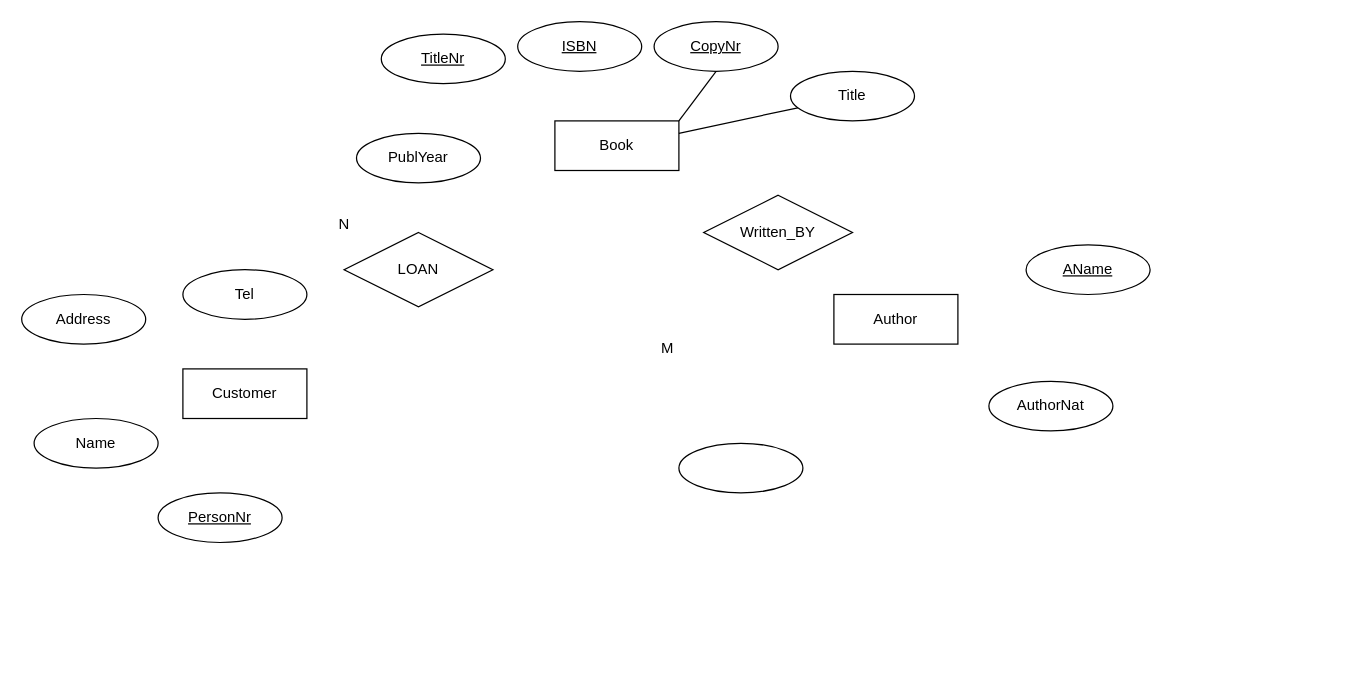
This is Lab10.drawio from MuhammadIrfan92/Database-Engineering-Semester-7, a draw.io file, before an edit. Source tidied: cells renumbered, new cells numbered last; positions are measured from the earlier drawing's top-left corner, leaving out a move shared by most shapes. Both pictures are drawn from the tidied source at 124%, with x=0, y=0 at pixel (21, 21).
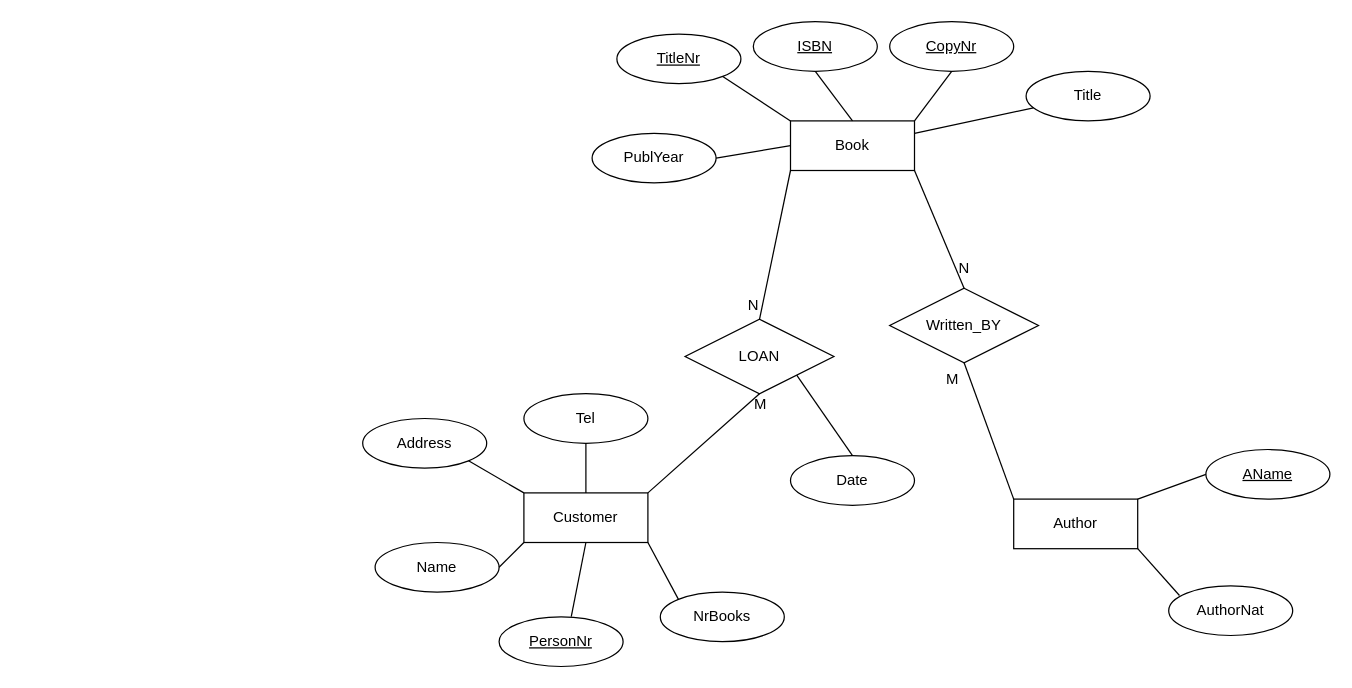
After the change.

The edit, as a diff of the source:
```diff
@@
     <mxCell id="2" value="Book" style="whiteSpace=wrap;html=1;align=center;" parent="1" vertex="1">
-      <mxGeometry x="430" y="80" width="100" height="40" as="geometry" />
+      <mxGeometry x="620" y="80" width="100" height="40" as="geometry" />
     </mxCell>
     <mxCell id="3" value="TitleNr" style="ellipse;whiteSpace=wrap;html=1;align=center;fontStyle=4;" parent="1" vertex="1">
-      <mxGeometry x="290" y="10" width="100" height="40" as="geometry" />
+      <mxGeometry x="480" y="10" width="100" height="40" as="geometry" />
     </mxCell>
     <mxCell id="4" value="ISBN" style="ellipse;whiteSpace=wrap;html=1;align=center;fontStyle=4;" parent="1" vertex="1">
-      <mxGeometry x="400" width="100" height="40" as="geometry" />
+      <mxGeometry x="590" width="100" height="40" as="geometry" />
     </mxCell>
     <mxCell id="5" value="CopyNr" style="ellipse;whiteSpace=wrap;html=1;align=center;fontStyle=4;" parent="1" vertex="1">
-      <mxGeometry x="510" width="100" height="40" as="geometry" />
+      <mxGeometry x="700" width="100" height="40" as="geometry" />
     </mxCell>
     <mxCell id="6" value="PublYear" style="ellipse;whiteSpace=wrap;html=1;align=center;" parent="1" vertex="1">
-      <mxGeometry x="270" y="90" width="100" height="40" as="geometry" />
+      <mxGeometry x="460" y="90" width="100" height="40" as="geometry" />
     </mxCell>
-    <mxCell id="7" style="ellipse;whiteSpace=wrap;html=1;align=center;" parent="1" vertex="1">
-      <mxGeometry x="530" y="340" width="100" height="40" as="geometry" />
-    </mxCell>
     <mxCell id="8" value="Title" style="ellipse;whiteSpace=wrap;html=1;align=center;" parent="1" vertex="1">
-      <mxGeometry x="620" y="40" width="100" height="40" as="geometry" />
+      <mxGeometry x="810" y="40" width="100" height="40" as="geometry" />
     </mxCell>
     <mxCell id="9" value="AuthorNat" style="ellipse;whiteSpace=wrap;html=1;align=center;" parent="1" vertex="1">
-      <mxGeometry x="780" y="290" width="100" height="40" as="geometry" />
+      <mxGeometry x="925" y="455" width="100" height="40" as="geometry" />
     </mxCell>
     <mxCell id="10" value="AName" style="ellipse;whiteSpace=wrap;html=1;align=center;fontStyle=4;" parent="1" vertex="1">
-      <mxGeometry x="810" y="180" width="100" height="40" as="geometry" />
+      <mxGeometry x="955" y="345" width="100" height="40" as="geometry" />
     </mxCell>
@@
     <mxCell id="13" value="Author" style="whiteSpace=wrap;html=1;align=center;" parent="1" vertex="1">
-      <mxGeometry x="655" y="220" width="100" height="40" as="geometry" />
+      <mxGeometry x="800" y="385" width="100" height="40" as="geometry" />
     </mxCell>
     <mxCell id="14" value="Customer" style="whiteSpace=wrap;html=1;align=center;" parent="1" vertex="1">
-      <mxGeometry x="130" y="280" width="100" height="40" as="geometry" />
+      <mxGeometry x="405" y="380" width="100" height="40" as="geometry" />
     </mxCell>
     <mxCell id="15" value="PersonNr" style="ellipse;whiteSpace=wrap;html=1;align=center;fontStyle=4;" parent="1" vertex="1">
-      <mxGeometry x="110" y="380" width="100" height="40" as="geometry" />
+      <mxGeometry x="385" y="480" width="100" height="40" as="geometry" />
     </mxCell>
     <mxCell id="16" value="Name" style="ellipse;whiteSpace=wrap;html=1;align=center;" parent="1" vertex="1">
-      <mxGeometry x="10" y="320" width="100" height="40" as="geometry" />
+      <mxGeometry x="285" y="420" width="100" height="40" as="geometry" />
     </mxCell>
     <mxCell id="17" value="Address" style="ellipse;whiteSpace=wrap;html=1;align=center;" parent="1" vertex="1">
-      <mxGeometry y="220" width="100" height="40" as="geometry" />
+      <mxGeometry x="275" y="320" width="100" height="40" as="geometry" />
     </mxCell>
     <mxCell id="18" value="Tel" style="ellipse;whiteSpace=wrap;html=1;align=center;" parent="1" vertex="1">
-      <mxGeometry x="130" y="200" width="100" height="40" as="geometry" />
+      <mxGeometry x="405" y="300" width="100" height="40" as="geometry" />
     </mxCell>
     <mxCell id="19" value="LOAN" style="shape=rhombus;perimeter=rhombusPerimeter;whiteSpace=wrap;html=1;align=center;" parent="1" vertex="1">
-      <mxGeometry x="260" y="170" width="120" height="60" as="geometry" />
+      <mxGeometry x="535" y="240" width="120" height="60" as="geometry" />
     </mxCell>
     <mxCell id="20" value="Written_BY" style="shape=rhombus;perimeter=rhombusPerimeter;whiteSpace=wrap;html=1;align=center;" parent="1" vertex="1">
-      <mxGeometry x="550" y="140" width="120" height="60" as="geometry" />
+      <mxGeometry x="700" y="215" width="120" height="60" as="geometry" />
     </mxCell>
+    <mxCell id="22" value="M" style="text;strokeColor=none;fillColor=none;spacingLeft=4;spacingRight=4;overflow=hidden;fontSize=12;" parent="1" vertex="1">
+      <mxGeometry x="585" y="295" width="40" height="30" as="geometry" />
+    </mxCell>
+    <mxCell id="23" style="endArrow=none;html=1;rounded=0;entryX=1;entryY=0;entryDx=0;entryDy=0;exitX=0.5;exitY=1;exitDx=0;exitDy=0;" parent="1" edge="1" source="19" target="14">
+      <mxGeometry relative="1" as="geometry" />
+    </mxCell>
+    <mxCell id="24" style="endArrow=none;html=1;rounded=0;exitX=0.5;exitY=1;exitDx=0;exitDy=0;entryX=0.5;entryY=0;entryDx=0;entryDy=0;" parent="1" edge="1" source="18" target="14">
+      <mxGeometry relative="1" as="geometry" />
+    </mxCell>
+    <mxCell id="25" style="endArrow=none;html=1;rounded=0;exitX=1;exitY=1;exitDx=0;exitDy=0;entryX=0;entryY=0;entryDx=0;entryDy=0;" parent="1" edge="1" source="17" target="14">
+      <mxGeometry relative="1" as="geometry" />
+    </mxCell>
+    <mxCell id="26" style="endArrow=none;html=1;rounded=0;exitX=1;exitY=0.5;exitDx=0;exitDy=0;entryX=0;entryY=1;entryDx=0;entryDy=0;" parent="1" edge="1" source="16" target="14">
+      <mxGeometry relative="1" as="geometry" />
+    </mxCell>
+    <mxCell id="27" style="endArrow=none;html=1;rounded=0;exitX=0.582;exitY=-0.005;exitDx=0;exitDy=0;exitPerimeter=0;entryX=0.5;entryY=1;entryDx=0;entryDy=0;" parent="1" edge="1" source="15" target="14">
+      <mxGeometry relative="1" as="geometry" />
+    </mxCell>
+    <mxCell id="28" style="endArrow=none;html=1;rounded=0;exitX=0.5;exitY=1;exitDx=0;exitDy=0;entryX=0.5;entryY=0;entryDx=0;entryDy=0;" parent="1" edge="1" source="4" target="2">
+      <mxGeometry relative="1" as="geometry" />
+    </mxCell>
+    <mxCell id="29" style="endArrow=none;html=1;rounded=0;exitX=1;exitY=1;exitDx=0;exitDy=0;entryX=0.5;entryY=0;entryDx=0;entryDy=0;" parent="1" edge="1" source="2" target="20">
+      <mxGeometry relative="1" as="geometry" />
+    </mxCell>
+    <mxCell id="30" style="endArrow=none;html=1;rounded=0;exitX=0.5;exitY=1;exitDx=0;exitDy=0;entryX=0;entryY=0;entryDx=0;entryDy=0;" parent="1" edge="1" source="20" target="13">
+      <mxGeometry relative="1" as="geometry" />
+    </mxCell>
+    <mxCell id="31" style="endArrow=none;html=1;rounded=0;entryX=0;entryY=0.5;entryDx=0;entryDy=0;exitX=1;exitY=0;exitDx=0;exitDy=0;" parent="1" edge="1" source="13" target="10">
+      <mxGeometry relative="1" as="geometry" />
+    </mxCell>
+    <mxCell id="32" style="endArrow=none;html=1;rounded=0;entryX=0.087;entryY=0.194;entryDx=0;entryDy=0;entryPerimeter=0;exitX=1;exitY=1;exitDx=0;exitDy=0;" parent="1" edge="1" source="13" target="9">
+      <mxGeometry relative="1" as="geometry" />
+    </mxCell>
+    <mxCell id="33" value="N" style="text;strokeColor=none;fillColor=none;spacingLeft=4;spacingRight=4;overflow=hidden;fontSize=12;" parent="1" vertex="1">
+      <mxGeometry x="750" y="185" width="40" height="30" as="geometry" />
+    </mxCell>
+    <mxCell id="34" value="M" style="text;strokeColor=none;fillColor=none;spacingLeft=4;spacingRight=4;overflow=hidden;fontSize=12;" parent="1" vertex="1">
+      <mxGeometry x="740" y="275" width="40" height="30" as="geometry" />
+    </mxCell>
+    <mxCell id="35" style="endArrow=none;html=1;rounded=0;entryX=1;entryY=1;entryDx=0;entryDy=0;exitX=0;exitY=0;exitDx=0;exitDy=0;" parent="1" edge="1" source="2" target="3">
+      <mxGeometry relative="1" as="geometry" />
+    </mxCell>
+    <mxCell id="36" style="endArrow=none;html=1;rounded=0;exitX=1;exitY=0.5;exitDx=0;exitDy=0;entryX=0;entryY=0.5;entryDx=0;entryDy=0;" parent="1" edge="1" source="6" target="2">
+      <mxGeometry relative="1" as="geometry" />
+    </mxCell>
+    <mxCell id="37" value="NrBooks" style="ellipse;whiteSpace=wrap;html=1;align=center;" parent="1" vertex="1">
+      <mxGeometry x="515" y="460" width="100" height="40" as="geometry" />
+    </mxCell>
+    <mxCell id="38" style="endArrow=none;html=1;rounded=0;entryX=0;entryY=0;entryDx=0;entryDy=0;exitX=1;exitY=1;exitDx=0;exitDy=0;" parent="1" edge="1" source="14" target="37">
+      <mxGeometry relative="1" as="geometry" />
+    </mxCell>
     <mxCell id="21" value="N" style="text;strokeColor=none;fillColor=none;spacingLeft=4;spacingRight=4;overflow=hidden;fontSize=12;" parent="1" vertex="1">
-      <mxGeometry x="250" y="150" width="40" height="30" as="geometry" />
+      <mxGeometry x="580" y="215" width="30" height="20" as="geometry" />
     </mxCell>
-    <mxCell id="22" value="M" style="text;strokeColor=none;fillColor=none;spacingLeft=4;spacingRight=4;overflow=hidden;fontSize=12;" parent="1" vertex="1">
-      <mxGeometry x="510" y="250" width="40" height="30" as="geometry" />
-    </mxCell>
+    <mxCell id="39" style="endArrow=none;html=1;rounded=0;exitX=0.5;exitY=0;exitDx=0;exitDy=0;entryX=0;entryY=1;entryDx=0;entryDy=0;" parent="1" edge="1" source="19" target="2">
+      <mxGeometry relative="1" as="geometry" />
+    </mxCell>
+    <mxCell id="40" value="Date" style="ellipse;whiteSpace=wrap;html=1;align=center;" parent="1" vertex="1">
+      <mxGeometry x="620" y="350" width="100" height="40" as="geometry" />
+    </mxCell>
+    <mxCell id="41" style="endArrow=none;html=1;rounded=0;exitX=1;exitY=1;exitDx=0;exitDy=0;entryX=0.5;entryY=0;entryDx=0;entryDy=0;" parent="1" edge="1" source="19" target="40">
+      <mxGeometry relative="1" as="geometry" />
+    </mxCell>
```
